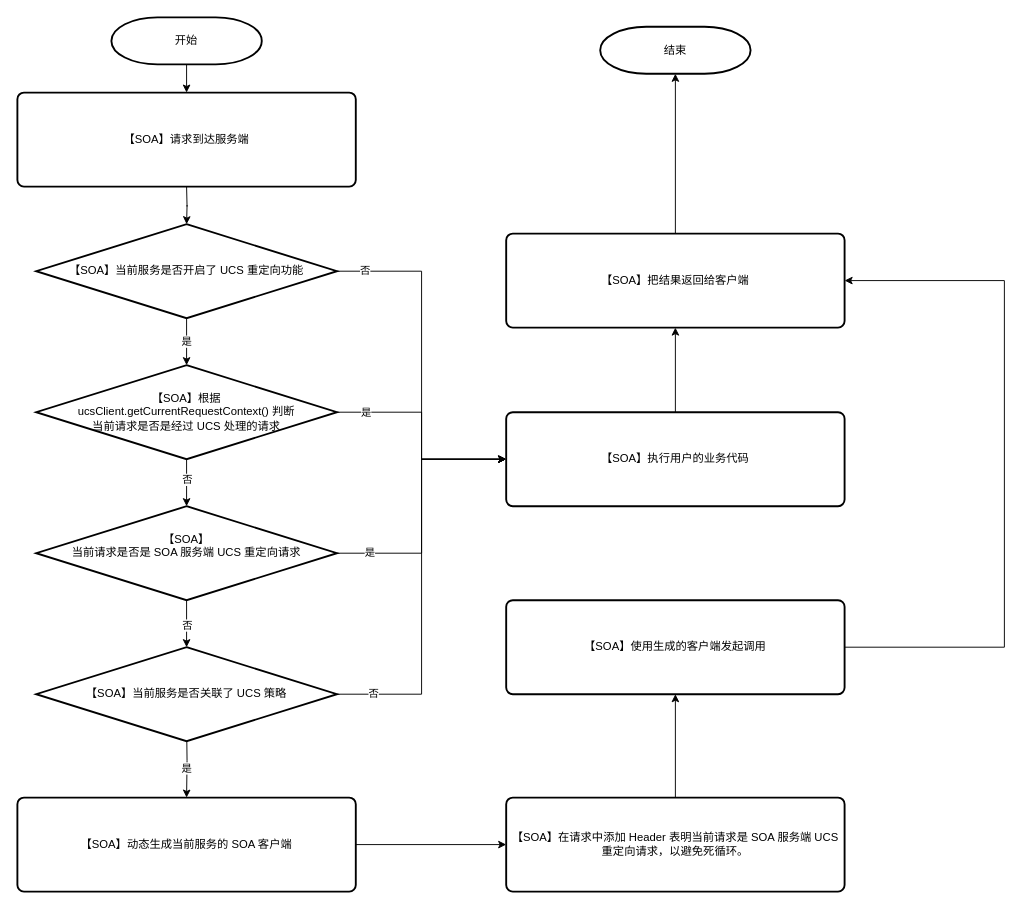
This is 服务端UCS策略.drawio from jian1106/diagrams, a draw.io file, before an edit. Source tidied: cells renumbered, new cells numbered last; positions are measured from the earlier drawing's top-left corner, leaving out a move shared by most shapes. Both pictures are drawn from the tidied source at 94%, with x=0, y=0 at pixel (17, 17).
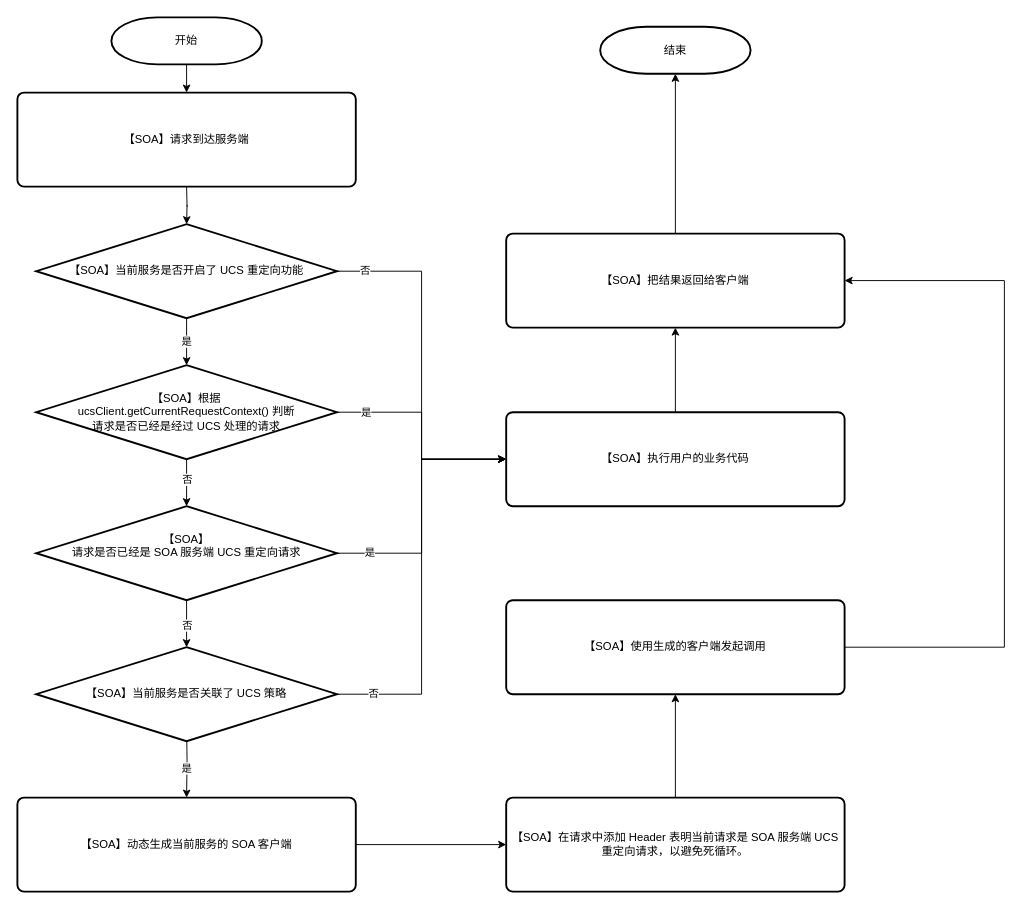
The same page after the edit.

Commit message:
更新服务端UCS策略.drawio

The edit, as a diff of the source:
```diff
@@
-    <mxCell id="11" value="【SOA】根据 &lt;br&gt;ucsClient.getCurrentRequestContext() 判断&lt;br&gt;当前请求是否是经过 UCS 处理的请求" style="strokeWidth=2;html=1;shape=mxgraph.flowchart.decision;whiteSpace=wrap;" parent="1" vertex="1">
+    <mxCell id="11" value="【SOA】根据 &lt;br&gt;ucsClient.getCurrentRequestContext() 判断&lt;br&gt;请求是否已经是经过 UCS 处理的请求" style="strokeWidth=2;html=1;shape=mxgraph.flowchart.decision;whiteSpace=wrap;" parent="1" vertex="1">
       <mxGeometry x="20" y="370" width="320" height="100" as="geometry" />
     </mxCell>
@@
-    <mxCell id="16" value="【SOA】&lt;br&gt;当前请求是否是 SOA 服务端 UCS 重定向请求&lt;br&gt;&amp;nbsp; &amp;nbsp;" style="strokeWidth=2;html=1;shape=mxgraph.flowchart.decision;whiteSpace=wrap;" parent="1" vertex="1">
+    <mxCell id="16" value="【SOA】&lt;br&gt;请求是否已经是 SOA 服务端 UCS 重定向请求&lt;br&gt;&amp;nbsp; &amp;nbsp;" style="strokeWidth=2;html=1;shape=mxgraph.flowchart.decision;whiteSpace=wrap;" parent="1" vertex="1">
       <mxGeometry x="20" y="520" width="320" height="100" as="geometry" />
     </mxCell>
```
